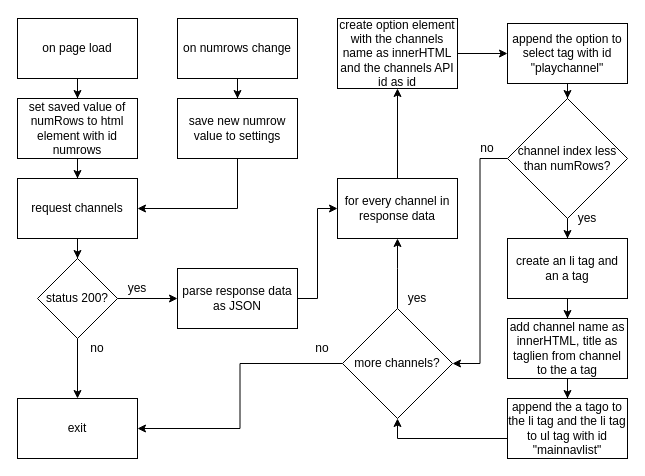
Above: webbutveckling/IntroProgrammeringJavaScript/Moments/Projekt/Excluded/FlowChartDrawings/requestChannels.drawio in EliasEriksson/miun (draw.io), before the change. Source tidied: cells renumbered, new cells numbered last; positions are measured from the earlier drawing's top-left corner, leaving out a move shared by most shapes. Both pictures are drawn from the tidied source at 100%, with x=0, y=0 at pixel (17, 18).
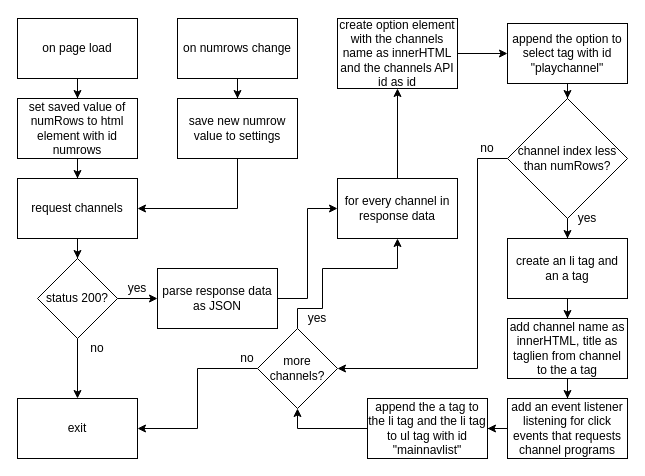
Above is the later version.

The change refers to these unchanged cells:
```xml
<mxCell id="10" value="for every channel in response data" style="whiteSpace=wrap;html=1;" parent="1" vertex="1">
  <mxGeometry x="320" y="160" width="120" height="60" as="geometry" />
</mxCell>
<mxCell id="34" value="channel index less than numRows?" style="rhombus;whiteSpace=wrap;html=1;" parent="1" vertex="1">
  <mxGeometry x="490" y="80" width="120" height="120" as="geometry" />
</mxCell>
```

The edit, as a diff of the source:
```diff
@@
     <mxCell id="8" value="parse response data as JSON" style="whiteSpace=wrap;html=1;" parent="1" vertex="1">
-      <mxGeometry x="160" y="250" width="120" height="60" as="geometry" />
+      <mxGeometry x="140" y="250" width="120" height="60" as="geometry" />
     </mxCell>
@@
-    <mxCell id="19" style="edgeStyle=orthogonalEdgeStyle;rounded=0;jettySize=auto;html=1;entryX=0.5;entryY=1;entryDx=0;entryDy=0;" parent="1" edge="1" source="20" target="23">
-      <mxGeometry relative="1" as="geometry">
-        <Array as="points">
-          <mxPoint x="380" y="420" />
-        </Array>
-      </mxGeometry>
-    </mxCell>
+    <mxCell id="42" style="edgeStyle=orthogonalEdgeStyle;rounded=0;jettySize=auto;html=1;" parent="1" edge="1" source="20" target="44">
+      <mxGeometry relative="1" as="geometry" />
+    </mxCell>
-    <mxCell id="20" value="append the a tago to the li tag and the li tag to ul tag with id &quot;mainnavlist&quot;" style="whiteSpace=wrap;html=1;" parent="1" vertex="1">
+    <mxCell id="20" value="add an event listener listening for click events that requests channel programs" style="whiteSpace=wrap;html=1;" parent="1" vertex="1">
       <mxGeometry x="490" y="380" width="120" height="60" as="geometry" />
     </mxCell>
-    <mxCell id="21" style="edgeStyle=orthogonalEdgeStyle;rounded=0;jettySize=auto;html=1;entryX=0.5;entryY=1;entryDx=0;entryDy=0;" parent="1" edge="1" source="23" target="10">
+    <mxCell id="21" style="edgeStyle=orthogonalEdgeStyle;rounded=0;jettySize=auto;html=1;entryX=0.5;entryY=1;entryDx=0;entryDy=0;exitX=0.5;exitY=0;exitDx=0;exitDy=0;" parent="1" edge="1" source="23" target="10">
       <mxGeometry relative="1" as="geometry">
         <Array as="points">
-          <mxPoint x="380" y="250" />
+          <mxPoint x="280" y="290" />
+          <mxPoint x="305" y="290" />
+          <mxPoint x="305" y="250" />
           <mxPoint x="380" y="250" />
         </Array>
       </mxGeometry>
     </mxCell>
@@
-    <mxCell id="23" value="more channels?" style="rhombus;whiteSpace=wrap;html=1;" parent="1" vertex="1">
-      <mxGeometry x="325" y="290" width="110" height="110" as="geometry" />
+    <mxCell id="23" value="more&lt;br&gt;channels?" style="rhombus;whiteSpace=wrap;html=1;" parent="1" vertex="1">
+      <mxGeometry x="240" y="310" width="80" height="80" as="geometry" />
     </mxCell>
@@
     <mxCell id="33" style="edgeStyle=orthogonalEdgeStyle;rounded=0;jettySize=auto;html=1;entryX=1;entryY=0.5;entryDx=0;entryDy=0;" parent="1" edge="1" source="34" target="23">
-      <mxGeometry relative="1" as="geometry" />
+      <mxGeometry relative="1" as="geometry">
+        <Array as="points">
+          <mxPoint x="460" y="140" />
+          <mxPoint x="460" y="350" />
+        </Array>
+      </mxGeometry>
     </mxCell>
@@
     <mxCell id="36" value="no" style="text;html=1;strokeColor=none;fillColor=none;align=center;verticalAlign=middle;whiteSpace=wrap;rounded=0;" parent="1" vertex="1">
-      <mxGeometry x="285" y="320" width="40" height="20" as="geometry" />
+      <mxGeometry x="210" y="330" width="40" height="20" as="geometry" />
     </mxCell>
@@
     <mxCell id="41" value="yes" style="text;html=1;strokeColor=none;fillColor=none;align=center;verticalAlign=middle;whiteSpace=wrap;rounded=0;" parent="1" vertex="1">
-      <mxGeometry x="380" y="270" width="40" height="20" as="geometry" />
+      <mxGeometry x="280" y="290" width="40" height="20" as="geometry" />
     </mxCell>
+    <mxCell id="43" style="edgeStyle=orthogonalEdgeStyle;rounded=0;jettySize=auto;html=1;entryX=0.5;entryY=1;entryDx=0;entryDy=0;exitX=0;exitY=0.5;exitDx=0;exitDy=0;" parent="1" edge="1" source="44" target="23">
+      <mxGeometry relative="1" as="geometry" />
+    </mxCell>
+    <mxCell id="44" value="&lt;span&gt;append the a tag to the li tag and the li tag to ul tag with id &quot;mainnavlist&quot;&lt;/span&gt;" style="whiteSpace=wrap;html=1;" parent="1" vertex="1">
+      <mxGeometry x="350" y="380" width="120" height="60" as="geometry" />
+    </mxCell>
```
